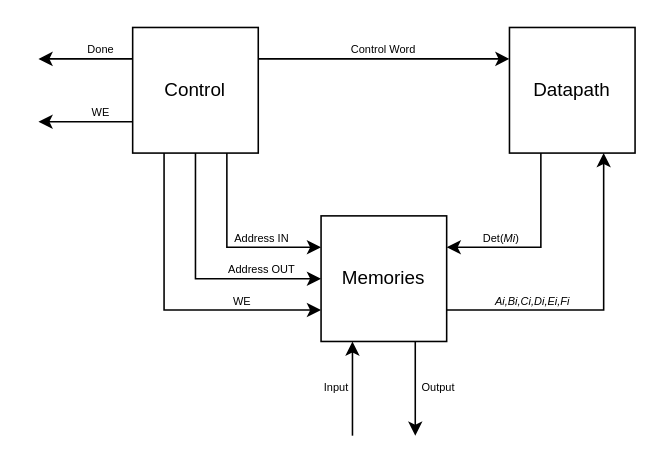
Earlier version of the draw.io diagram esquema_geral.drawio (FranciscoPRosa/NEEC_test). Source tidied: cells renumbered, new cells numbered last; positions are measured from the earlier drawing's top-left corner, leaving out a move shared by most shapes. Both pictures are drawn from the tidied source at 157%, with x=0, y=0 at pixel (38, 27).
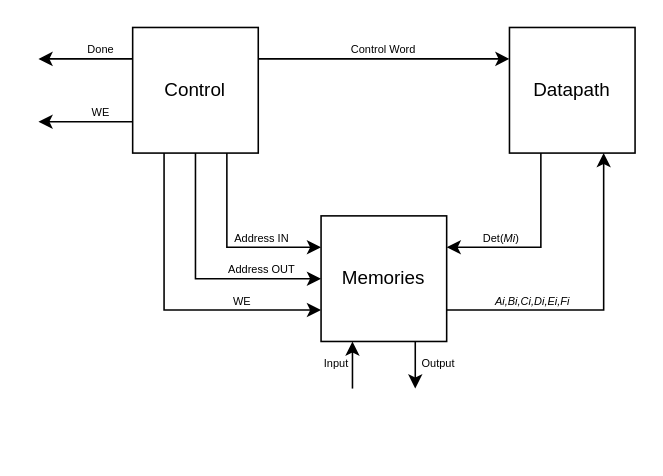
After the change.

The change refers to these unchanged cells:
```xml
<mxCell id="14" value="Memories" style="rounded=0;whiteSpace=wrap;html=1;" parent="1" vertex="1">
  <mxGeometry x="180" y="120" width="80" height="80" as="geometry" />
</mxCell>
```

The edit, as a diff of the source:
```diff
@@
     <mxCell id="12" style="edgeStyle=orthogonalEdgeStyle;rounded=0;jettySize=auto;html=1;exitX=0.25;exitY=1;exitDx=0;exitDy=0;startArrow=classic;startFill=1;endArrow=none;endFill=0;" parent="1" edge="1" source="14">
       <mxGeometry relative="1" as="geometry">
-        <mxPoint x="200" y="260" as="targetPoint" />
+        <mxPoint x="200" y="230" as="targetPoint" />
       </mxGeometry>
     </mxCell>
-    <mxCell id="13" style="edgeStyle=orthogonalEdgeStyle;rounded=0;jettySize=auto;html=1;exitX=0.75;exitY=1;exitDx=0;exitDy=0;" parent="1" edge="1" source="14">
-      <mxGeometry relative="1" as="geometry">
-        <mxPoint x="240" y="260" as="targetPoint" />
-      </mxGeometry>
-    </mxCell>
+    <mxCell id="25" style="edgeStyle=orthogonalEdgeStyle;rounded=0;jettySize=auto;html=1;exitX=0.75;exitY=1;exitDx=0;exitDy=0;" parent="1" edge="1" source="14">
+      <mxGeometry relative="1" as="geometry">
+        <mxPoint x="240" y="230" as="targetPoint" />
+      </mxGeometry>
+    </mxCell>
@@
     <mxCell id="16" value="Input" style="text;html=1;align=center;verticalAlign=middle;whiteSpace=wrap;rounded=0;fontSize=7;" parent="1" vertex="1">
-      <mxGeometry x="180" y="220" width="20" height="20" as="geometry" />
+      <mxGeometry x="180" y="205" width="20" height="20" as="geometry" />
     </mxCell>
     <mxCell id="17" value="Output" style="text;html=1;align=center;verticalAlign=middle;whiteSpace=wrap;rounded=0;fontSize=7;" parent="1" vertex="1">
-      <mxGeometry x="240" y="215" width="30" height="30" as="geometry" />
+      <mxGeometry x="240" y="210" width="30" height="10" as="geometry" />
     </mxCell>
```
